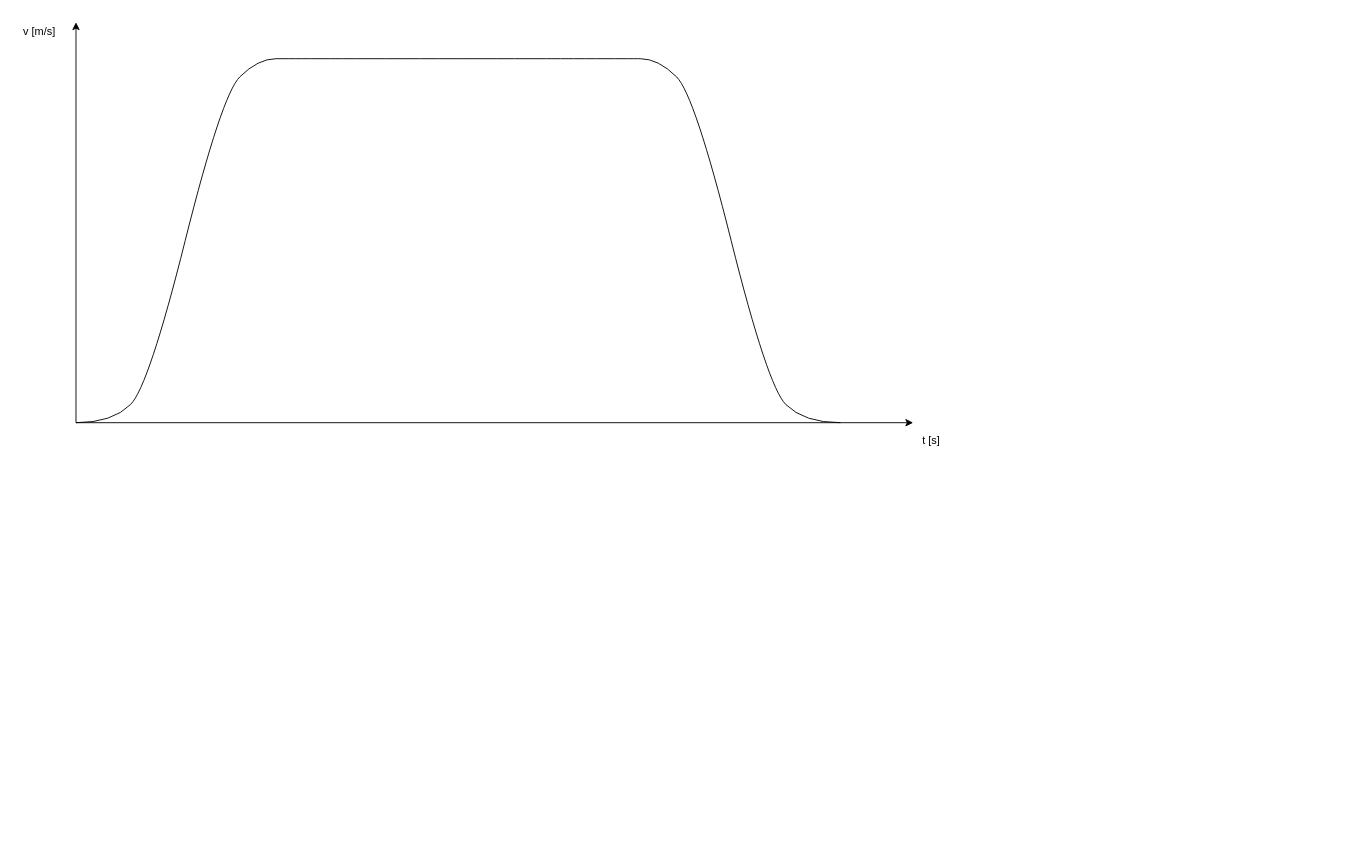
Above: velocity_chart.drawio in wmokrogulski/SOCR_Winda (draw.io), before the change. Source tidied: cells renumbered, new cells numbered last; positions are measured from the earlier drawing's top-left corner, leaving out a move shared by most shapes. Both pictures are drawn from the tidied source at 91%, with x=0, y=0 at pixel (21, 22).
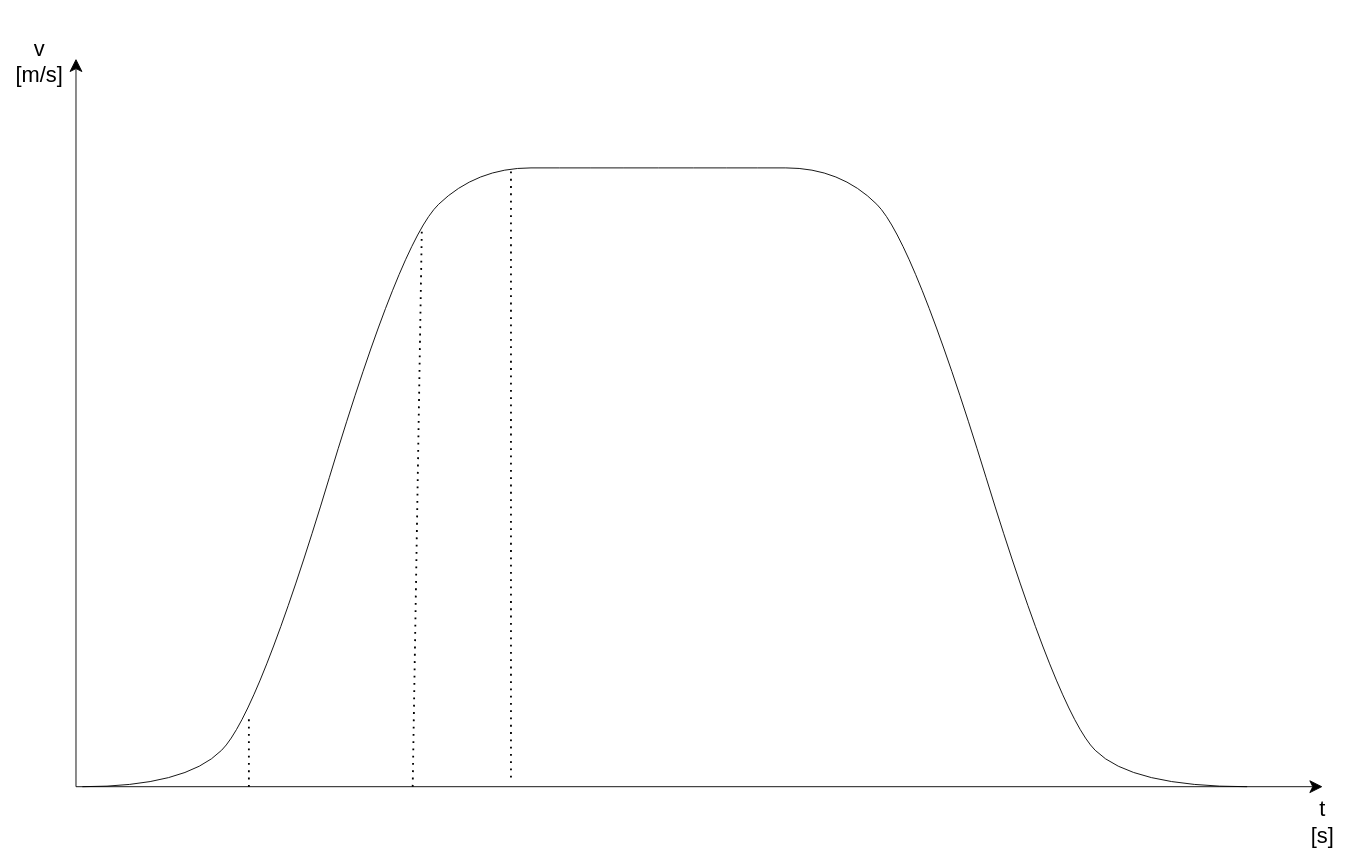
After the change.

What changed in the source:
```diff
@@
 <mxGraphModel>
   <root>
     <mxCell id="0" />
     <mxCell id="1" parent="0" />
-    <mxCell id="2" style="endArrow=classic;html=1;" parent="1" edge="1">
+    <mxCell id="2" style="endArrow=classic;html=1;endSize=12;startSize=12;" parent="1" edge="1">
       <mxGeometry relative="1" as="geometry">
-        <mxPoint x="60" y="440" as="sourcePoint" />
-        <mxPoint x="60" as="targetPoint" />
+        <mxPoint x="60" y="840" as="sourcePoint" />
+        <mxPoint x="60" y="40" as="targetPoint" />
       </mxGeometry>
     </mxCell>
-    <mxCell id="3" style="endArrow=classic;html=1;" parent="1" edge="1">
+    <mxCell id="3" style="endArrow=classic;html=1;endSize=12;startSize=12;" parent="1" edge="1">
       <mxGeometry relative="1" as="geometry">
-        <mxPoint x="60" y="440" as="sourcePoint" />
-        <mxPoint x="980" y="440" as="targetPoint" />
+        <mxPoint x="60" y="840" as="sourcePoint" />
+        <mxPoint x="1430" y="840" as="targetPoint" />
       </mxGeometry>
     </mxCell>
     <mxCell id="4" style="curved=1;endArrow=none;html=1;endFill=0;" parent="1" edge="1">
       <mxGeometry relative="1" as="geometry">
-        <mxPoint x="60" y="440" as="sourcePoint" />
-        <mxPoint x="900" y="440" as="targetPoint" />
+        <mxPoint x="67" y="840" as="sourcePoint" />
+        <mxPoint x="1347" y="840" as="targetPoint" />
         <Array as="points">
-          <mxPoint x="100" y="440" />
-          <mxPoint x="140" y="400" />
-          <mxPoint x="220" y="80" />
-          <mxPoint x="260" y="40" />
-          <mxPoint x="300" y="40" />
-          <mxPoint x="660" y="40" />
-          <mxPoint x="700" y="40" />
-          <mxPoint x="740" y="80" />
-          <mxPoint x="820" y="400" />
-          <mxPoint x="860" y="440" />
+          <mxPoint x="180" y="840" />
+          <mxPoint x="260" y="760" />
+          <mxPoint x="417" y="240" />
+          <mxPoint x="500" y="160" />
+          <mxPoint x="620" y="160" />
+          <mxPoint x="780" y="160" />
+          <mxPoint x="900" y="160" />
+          <mxPoint x="980" y="240" />
+          <mxPoint x="1140" y="760" />
+          <mxPoint x="1220" y="840" />
         </Array>
       </mxGeometry>
     </mxCell>
-    <mxCell id="5" value="v [m/s]" style="text;html=1;strokeColor=none;fillColor=none;align=center;verticalAlign=middle;whiteSpace=wrap;rounded=0;" parent="1" vertex="1">
-      <mxGeometry width="40" height="20" as="geometry" />
+    <mxCell id="5" value="v [m/s]" style="text;html=1;strokeColor=none;fillColor=none;align=center;verticalAlign=middle;whiteSpace=wrap;rounded=0;fontSize=24;" parent="1" vertex="1">
+      <mxGeometry y="33" width="40" height="20" as="geometry" />
     </mxCell>
-    <mxCell id="6" value="t [s]" style="text;html=1;strokeColor=none;fillColor=none;align=center;verticalAlign=middle;whiteSpace=wrap;rounded=0;" parent="1" vertex="1">
-      <mxGeometry x="980" y="450" width="40" height="20" as="geometry" />
+    <mxCell id="6" value="t [s]" style="text;html=1;strokeColor=none;fillColor=none;align=center;verticalAlign=middle;whiteSpace=wrap;rounded=0;fontSize=24;" parent="1" vertex="1">
+      <mxGeometry x="1410" y="869" width="40" height="20" as="geometry" />
     </mxCell>
+    <mxCell id="7" style="endArrow=none;dashed=1;html=1;dashPattern=1 3;strokeWidth=2;fontSize=24;" parent="1" edge="1">
+      <mxGeometry relative="1" as="geometry">
+        <mxPoint x="250" y="840" as="sourcePoint" />
+        <mxPoint x="250" y="760" as="targetPoint" />
+      </mxGeometry>
+    </mxCell>
+    <mxCell id="8" style="endArrow=none;dashed=1;html=1;dashPattern=1 3;strokeWidth=2;fontSize=24;" parent="1" edge="1">
+      <mxGeometry relative="1" as="geometry">
+        <mxPoint x="430" y="840" as="sourcePoint" />
+        <mxPoint x="440" y="230" as="targetPoint" />
+      </mxGeometry>
+    </mxCell>
+    <mxCell id="9" style="endArrow=none;dashed=1;html=1;dashPattern=1 3;strokeWidth=2;fontSize=24;" parent="1" edge="1">
+      <mxGeometry relative="1" as="geometry">
+        <mxPoint x="538" y="830" as="sourcePoint" />
+        <mxPoint x="538" y="160" as="targetPoint" />
+      </mxGeometry>
+    </mxCell>
   </root>
 </mxGraphModel>
```
